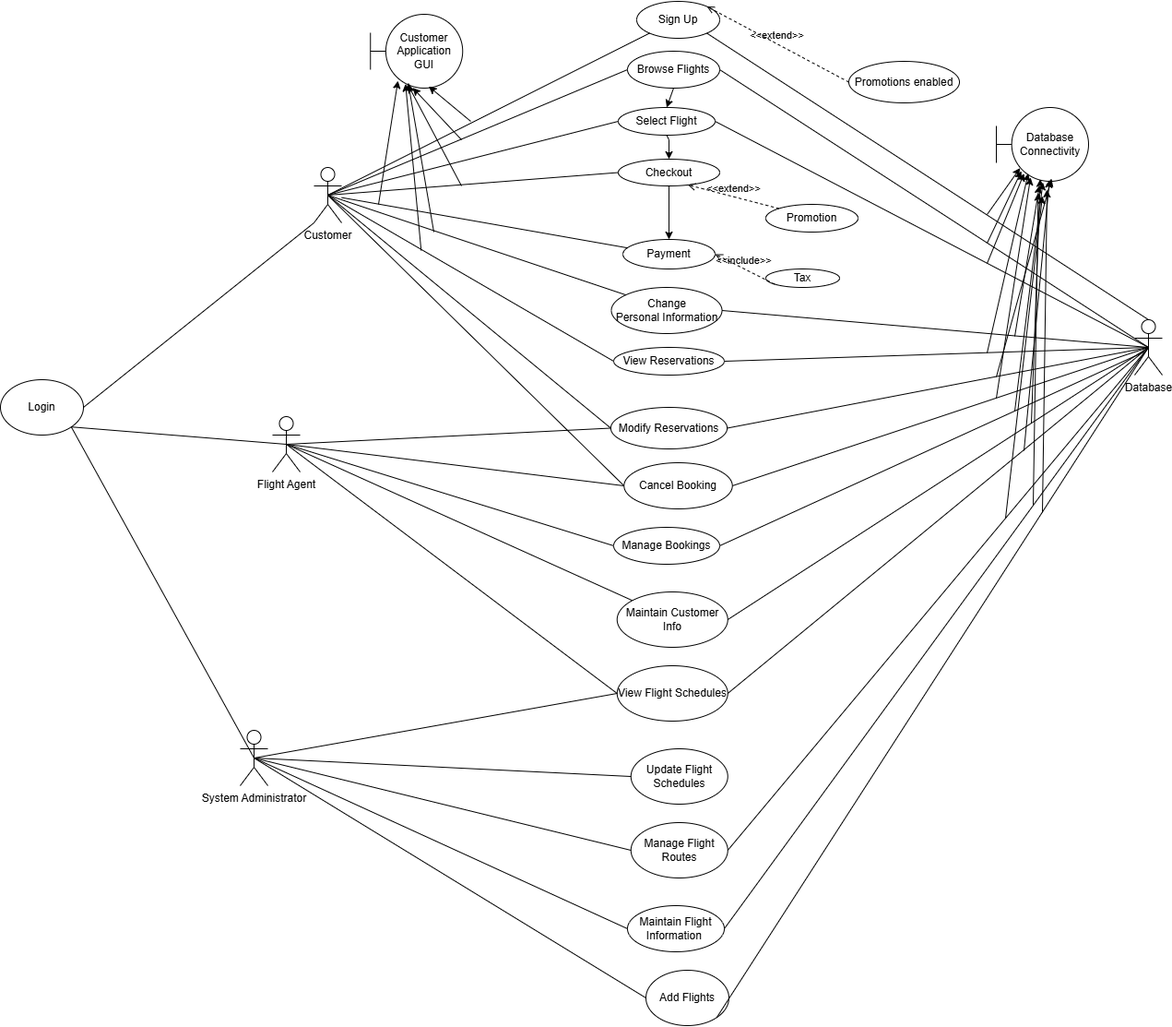
Before: SystemUseCaseDiagram.drawio.png, a diagram exported from draw.io (aditi-j25/ENSF_480_Term_project). Source tidied: cells renumbered, new cells last; positions are measured from the earlier drawing's top-left corner, leaving out a move shared by most shapes.
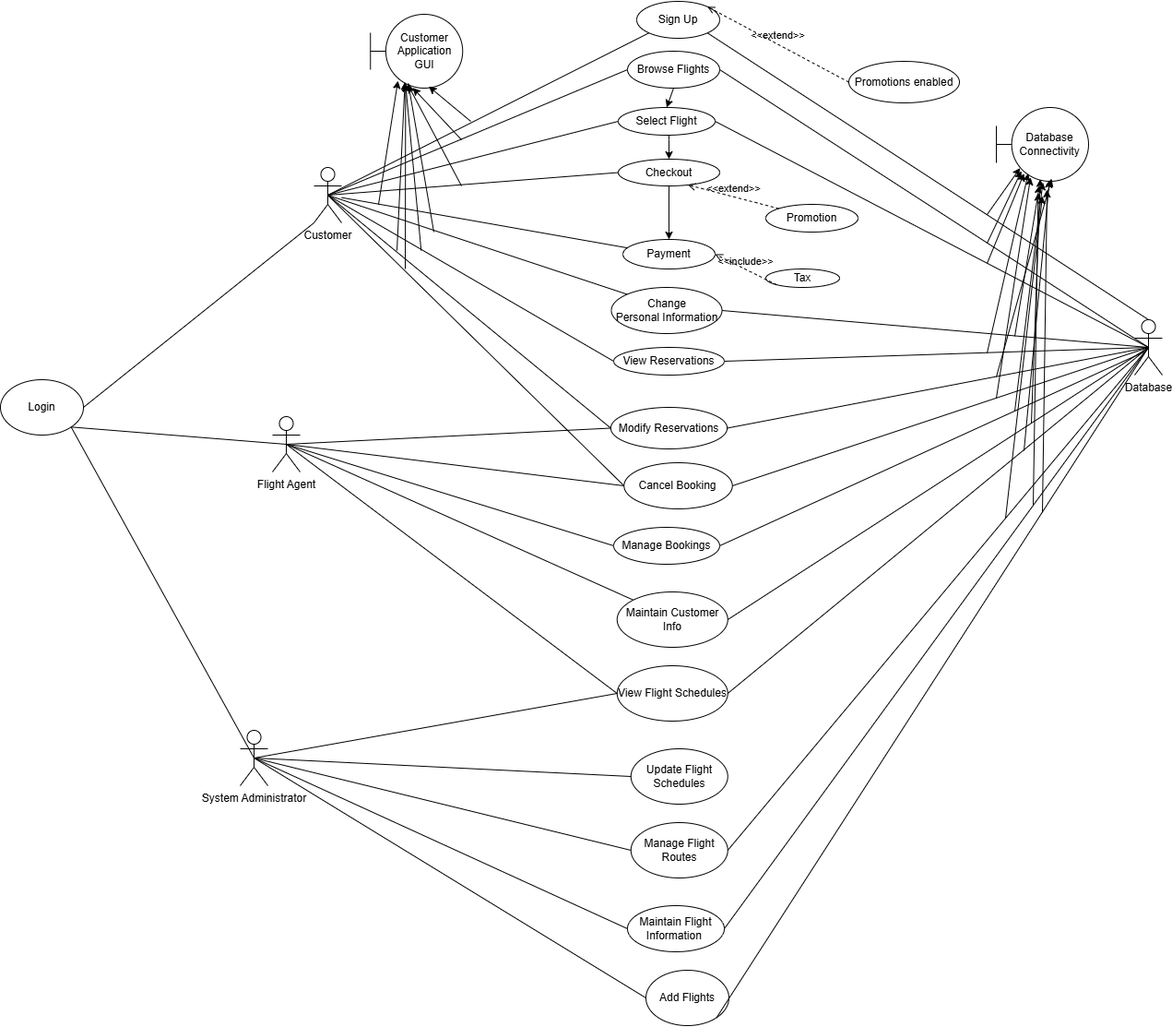
After the commit.

Diff of the diagram source:
```diff
@@ -320,5 +320,15 @@
         <mxPoint x="456.2" y="270" as="sourcePoint" />
       </mxGeometry>
     </mxCell>
+    <mxCell id="88" style="endArrow=classic;html=1;rounded=0;entryX=0.374;entryY=0.918;entryDx=0;entryDy=0;entryPerimeter=0;" parent="1" edge="1" target="81">
+      <mxGeometry relative="1" as="geometry">
+        <mxPoint x="430" y="270" as="sourcePoint" />
+      </mxGeometry>
+    </mxCell>
+    <mxCell id="89" style="endArrow=classic;html=1;rounded=0;entryX=0.381;entryY=0.936;entryDx=0;entryDy=0;entryPerimeter=0;" parent="1" edge="1" target="81">
+      <mxGeometry relative="1" as="geometry">
+        <mxPoint x="439" y="290" as="sourcePoint" />
+      </mxGeometry>
+    </mxCell>
   </root>
 </mxGraphModel>
```
